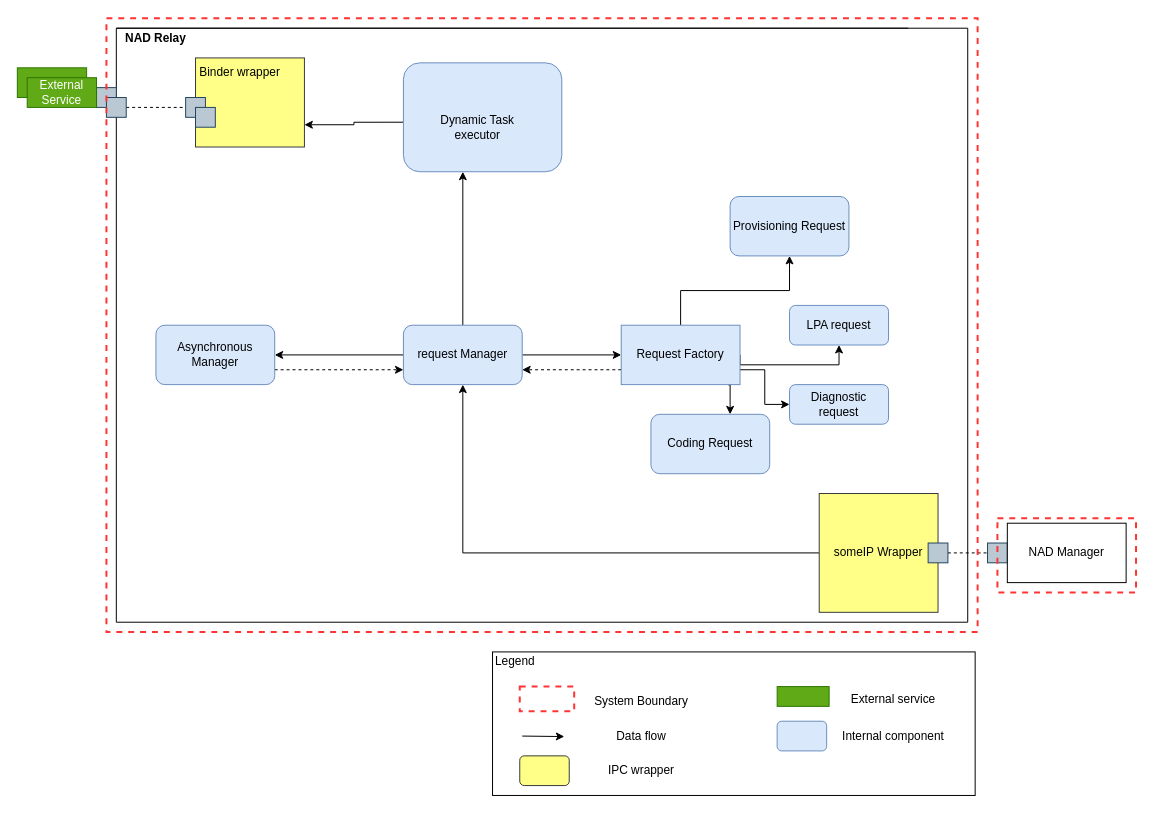
Before: page "extensibilityoption1" (1 of 5) of doc/SA cert/Design/modifiability.drawio in taikt/codefun, a draw.io diagram. Source tidied: cells renumbered, new cells numbered last; positions are measured from the earlier drawing's top-left corner, leaving out a move shared by most shapes. Both pictures are drawn from the tidied source at 99%, with x=0, y=0 at pixel (17, 18).
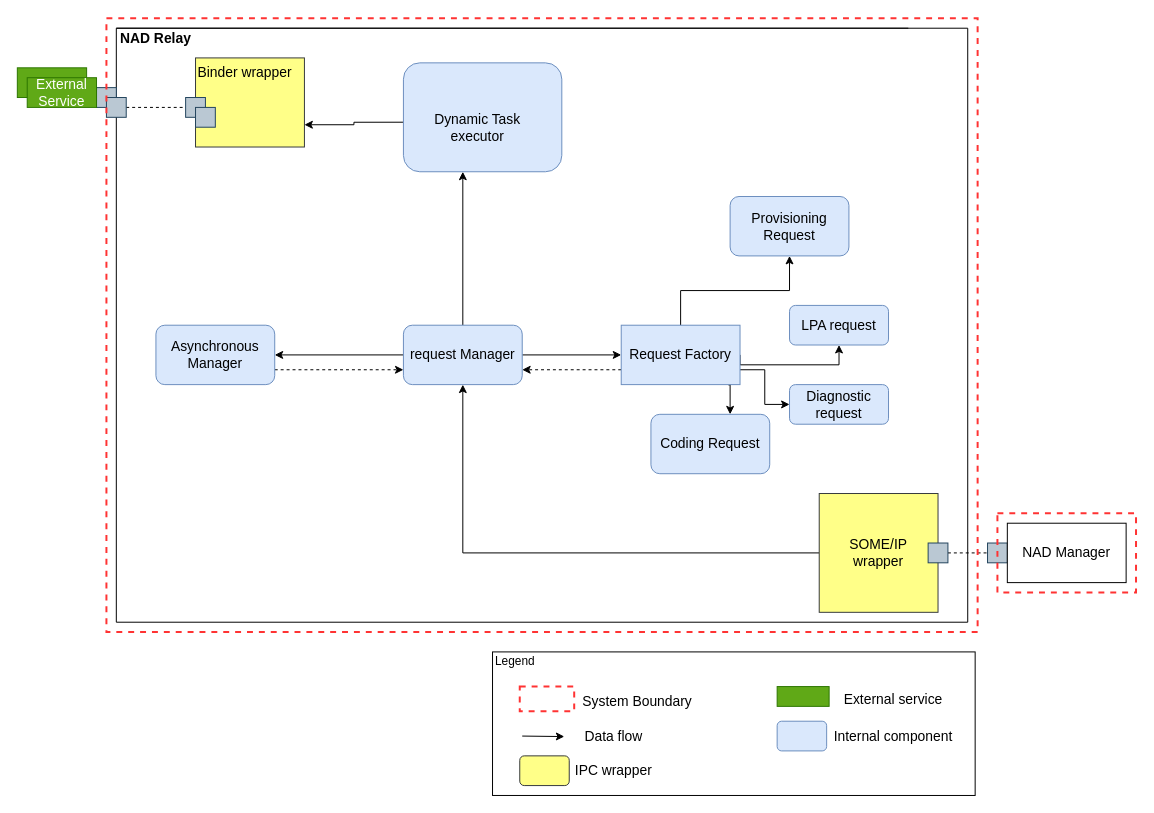
After the change.

Change to the diagram source:
```diff
@@
-    <mxCell id="3" value="&lt;b&gt;NAD Relay&lt;/b&gt;" style="text;html=1;strokeColor=none;fillColor=none;align=center;verticalAlign=middle;whiteSpace=wrap;rounded=0;" parent="1" vertex="1">
+    <mxCell id="3" value="&lt;b&gt;&lt;font style=&quot;font-size: 14px;&quot;&gt;NAD Relay&lt;/font&gt;&lt;/b&gt;" style="text;html=1;strokeColor=none;fillColor=none;align=center;verticalAlign=middle;whiteSpace=wrap;rounded=0;" parent="1" vertex="1">
       <mxGeometry x="90" y="10" width="100" height="20" as="geometry" />
     </mxCell>
@@
-    <mxCell id="5" value="someIP Wrapper" style="rounded=0;whiteSpace=wrap;html=1;fillColor=#ffff88;strokeColor=#36393d;" parent="1" vertex="1">
+    <mxCell id="5" value="&lt;font style=&quot;font-size: 14px;&quot;&gt;SOME/IP &lt;br&gt;wrapper&lt;/font&gt;" style="rounded=0;whiteSpace=wrap;html=1;fillColor=#ffff88;strokeColor=#36393d;" parent="1" vertex="1">
       <mxGeometry x="810" y="480" width="120" height="120" as="geometry" />
     </mxCell>
@@
-    <mxCell id="9" value="request Manager" style="rounded=1;whiteSpace=wrap;html=1;fillColor=#dae8fc;strokeColor=#6c8ebf;" parent="1" vertex="1">
+    <mxCell id="9" value="&lt;font style=&quot;font-size: 14px;&quot;&gt;request Manager&lt;/font&gt;" style="rounded=1;whiteSpace=wrap;html=1;fillColor=#dae8fc;strokeColor=#6c8ebf;" parent="1" vertex="1">
       <mxGeometry x="390" y="310" width="120" height="60" as="geometry" />
     </mxCell>
@@
-    <mxCell id="15" value="Request Factory" style="rounded=0;whiteSpace=wrap;html=1;fillColor=#dae8fc;strokeColor=#6c8ebf;" parent="1" vertex="1">
+    <mxCell id="15" value="&lt;font style=&quot;font-size: 14px;&quot;&gt;Request Factory&lt;/font&gt;" style="rounded=0;whiteSpace=wrap;html=1;fillColor=#dae8fc;strokeColor=#6c8ebf;" parent="1" vertex="1">
       <mxGeometry x="610" y="310" width="120" height="60" as="geometry" />
     </mxCell>
-    <mxCell id="16" value="Provisioning Request" style="rounded=1;whiteSpace=wrap;html=1;fillColor=#dae8fc;strokeColor=#6c8ebf;" parent="1" vertex="1">
+    <mxCell id="16" value="&lt;font style=&quot;font-size: 14px;&quot;&gt;Provisioning Request&lt;/font&gt;" style="rounded=1;whiteSpace=wrap;html=1;fillColor=#dae8fc;strokeColor=#6c8ebf;" parent="1" vertex="1">
       <mxGeometry x="720" y="180" width="120" height="60" as="geometry" />
     </mxCell>
-    <mxCell id="17" value="Coding Request" style="rounded=1;whiteSpace=wrap;html=1;fillColor=#dae8fc;strokeColor=#6c8ebf;" parent="1" vertex="1">
+    <mxCell id="17" value="&lt;font style=&quot;font-size: 14px;&quot;&gt;Coding Request&lt;/font&gt;" style="rounded=1;whiteSpace=wrap;html=1;fillColor=#dae8fc;strokeColor=#6c8ebf;" parent="1" vertex="1">
       <mxGeometry x="640" y="400" width="120" height="60" as="geometry" />
     </mxCell>
@@
-    <mxCell id="23" value="Asynchronous Manager" style="rounded=1;whiteSpace=wrap;html=1;fillColor=#dae8fc;strokeColor=#6c8ebf;" parent="1" vertex="1">
+    <mxCell id="23" value="&lt;font style=&quot;font-size: 14px;&quot;&gt;Asynchronous Manager&lt;/font&gt;" style="rounded=1;whiteSpace=wrap;html=1;fillColor=#dae8fc;strokeColor=#6c8ebf;" parent="1" vertex="1">
       <mxGeometry x="140" y="310" width="120" height="60" as="geometry" />
     </mxCell>
-    <mxCell id="24" value="LPA request" style="rounded=1;whiteSpace=wrap;html=1;fillColor=#dae8fc;strokeColor=#6c8ebf;" parent="1" vertex="1">
+    <mxCell id="24" value="&lt;font style=&quot;font-size: 14px;&quot;&gt;LPA request&lt;/font&gt;" style="rounded=1;whiteSpace=wrap;html=1;fillColor=#dae8fc;strokeColor=#6c8ebf;" parent="1" vertex="1">
       <mxGeometry x="780" y="290" width="100" height="40" as="geometry" />
     </mxCell>
-    <mxCell id="25" value="Diagnostic request" style="rounded=1;whiteSpace=wrap;html=1;fillColor=#dae8fc;strokeColor=#6c8ebf;" parent="1" vertex="1">
+    <mxCell id="25" value="&lt;font style=&quot;font-size: 14px;&quot;&gt;Diagnostic request&lt;/font&gt;" style="rounded=1;whiteSpace=wrap;html=1;fillColor=#dae8fc;strokeColor=#6c8ebf;" parent="1" vertex="1">
       <mxGeometry x="780" y="370" width="100" height="40" as="geometry" />
     </mxCell>
-    <mxCell id="26" value="Dynamic Task executor" style="text;html=1;strokeColor=none;fillColor=none;align=center;verticalAlign=middle;whiteSpace=wrap;rounded=0;" parent="1" vertex="1">
+    <mxCell id="26" value="&lt;font style=&quot;font-size: 14px;&quot;&gt;Dynamic Task executor&lt;/font&gt;" style="text;html=1;strokeColor=none;fillColor=none;align=center;verticalAlign=middle;whiteSpace=wrap;rounded=0;" parent="1" vertex="1">
       <mxGeometry x="410" y="100" width="110" height="20" as="geometry" />
     </mxCell>
@@
-    <mxCell id="33" value="External Service" style="rounded=0;whiteSpace=wrap;html=1;fillColor=#60a917;strokeColor=#2D7600;fontColor=#ffffff;" parent="1" vertex="1">
+    <mxCell id="33" value="&lt;font style=&quot;font-size: 14px;&quot;&gt;External Service&lt;/font&gt;" style="rounded=0;whiteSpace=wrap;html=1;fillColor=#60a917;strokeColor=#2D7600;fontColor=#ffffff;" parent="1" vertex="1">
       <mxGeometry x="10" y="60" width="70" height="30" as="geometry" />
     </mxCell>
@@
-    <mxCell id="36" value="Binder wrapper" style="text;html=1;strokeColor=none;fillColor=none;align=center;verticalAlign=middle;whiteSpace=wrap;rounded=0;" parent="1" vertex="1">
-      <mxGeometry x="180" y="40" width="90" height="30" as="geometry" />
+    <mxCell id="36" value="&lt;font style=&quot;font-size: 14px;&quot;&gt;Binder wrapper&lt;/font&gt;" style="text;html=1;strokeColor=none;fillColor=none;align=center;verticalAlign=middle;whiteSpace=wrap;rounded=0;" parent="1" vertex="1">
+      <mxGeometry x="180" y="40" width="100" height="30" as="geometry" />
     </mxCell>
-    <mxCell id="37" value="NAD Manager" style="rounded=0;whiteSpace=wrap;html=1;" parent="1" vertex="1">
+    <mxCell id="37" value="&lt;font style=&quot;font-size: 14px;&quot;&gt;NAD Manager&lt;/font&gt;" style="rounded=0;whiteSpace=wrap;html=1;" parent="1" vertex="1">
       <mxGeometry x="1000" y="510" width="120" height="60" as="geometry" />
     </mxCell>
@@
-    <mxCell id="41" value="System Boundary" style="text;html=1;strokeColor=none;fillColor=none;align=center;verticalAlign=middle;whiteSpace=wrap;rounded=0;" parent="1" vertex="1">
-      <mxGeometry x="577.5" y="675" width="105" height="30" as="geometry" />
+    <mxCell id="41" value="&lt;font style=&quot;font-size: 14px;&quot;&gt;System Boundary&lt;/font&gt;" style="text;html=1;strokeColor=none;fillColor=none;align=center;verticalAlign=middle;whiteSpace=wrap;rounded=0;" parent="1" vertex="1">
+      <mxGeometry x="570" y="675" width="112.5" height="30" as="geometry" />
     </mxCell>
-    <mxCell id="42" value="Data flow" style="text;html=1;strokeColor=none;fillColor=none;align=center;verticalAlign=middle;whiteSpace=wrap;rounded=0;" parent="1" vertex="1">
-      <mxGeometry x="577.5" y="710" width="105" height="30" as="geometry" />
+    <mxCell id="42" value="&lt;font style=&quot;font-size: 14px;&quot;&gt;Data flow&lt;/font&gt;" style="text;html=1;strokeColor=none;fillColor=none;align=center;verticalAlign=middle;whiteSpace=wrap;rounded=0;" parent="1" vertex="1">
+      <mxGeometry x="550" y="710" width="105" height="30" as="geometry" />
     </mxCell>
@@
-    <mxCell id="44" value="IPC wrapper" style="text;html=1;strokeColor=none;fillColor=none;align=center;verticalAlign=middle;whiteSpace=wrap;rounded=0;" parent="1" vertex="1">
-      <mxGeometry x="547.5" y="745" width="165" height="30" as="geometry" />
+    <mxCell id="44" value="&lt;font style=&quot;font-size: 14px;&quot;&gt;IPC wrapper&lt;/font&gt;" style="text;html=1;strokeColor=none;fillColor=none;align=center;verticalAlign=middle;whiteSpace=wrap;rounded=0;" parent="1" vertex="1">
+      <mxGeometry x="520" y="745" width="165" height="30" as="geometry" />
     </mxCell>
@@
-    <mxCell id="46" value="External service" style="text;html=1;strokeColor=none;fillColor=none;align=center;verticalAlign=middle;whiteSpace=wrap;rounded=0;" parent="1" vertex="1">
+    <mxCell id="46" value="&lt;font style=&quot;font-size: 14px;&quot;&gt;External service&lt;/font&gt;" style="text;html=1;strokeColor=none;fillColor=none;align=center;verticalAlign=middle;whiteSpace=wrap;rounded=0;" parent="1" vertex="1">
       <mxGeometry x="810" y="672.5" width="150" height="30" as="geometry" />
     </mxCell>
@@
     <mxCell id="49" style="rounded=0;whiteSpace=wrap;html=1;fillColor=none;gradientColor=#ffffff;dashed=1;strokeWidth=2;strokeColor=#FF3333;" parent="1" vertex="1">
-      <mxGeometry x="990" y="505" width="140" height="75" as="geometry" />
+      <mxGeometry x="990" y="500" width="140" height="80" as="geometry" />
     </mxCell>
@@
-    <mxCell id="51" value="Internal component" style="text;html=1;strokeColor=none;fillColor=none;align=center;verticalAlign=middle;whiteSpace=wrap;rounded=0;" parent="1" vertex="1">
+    <mxCell id="51" value="&lt;font style=&quot;font-size: 14px;&quot;&gt;Internal component&lt;/font&gt;" style="text;html=1;strokeColor=none;fillColor=none;align=center;verticalAlign=middle;whiteSpace=wrap;rounded=0;" parent="1" vertex="1">
       <mxGeometry x="810" y="710" width="150" height="30" as="geometry" />
     </mxCell>
```
